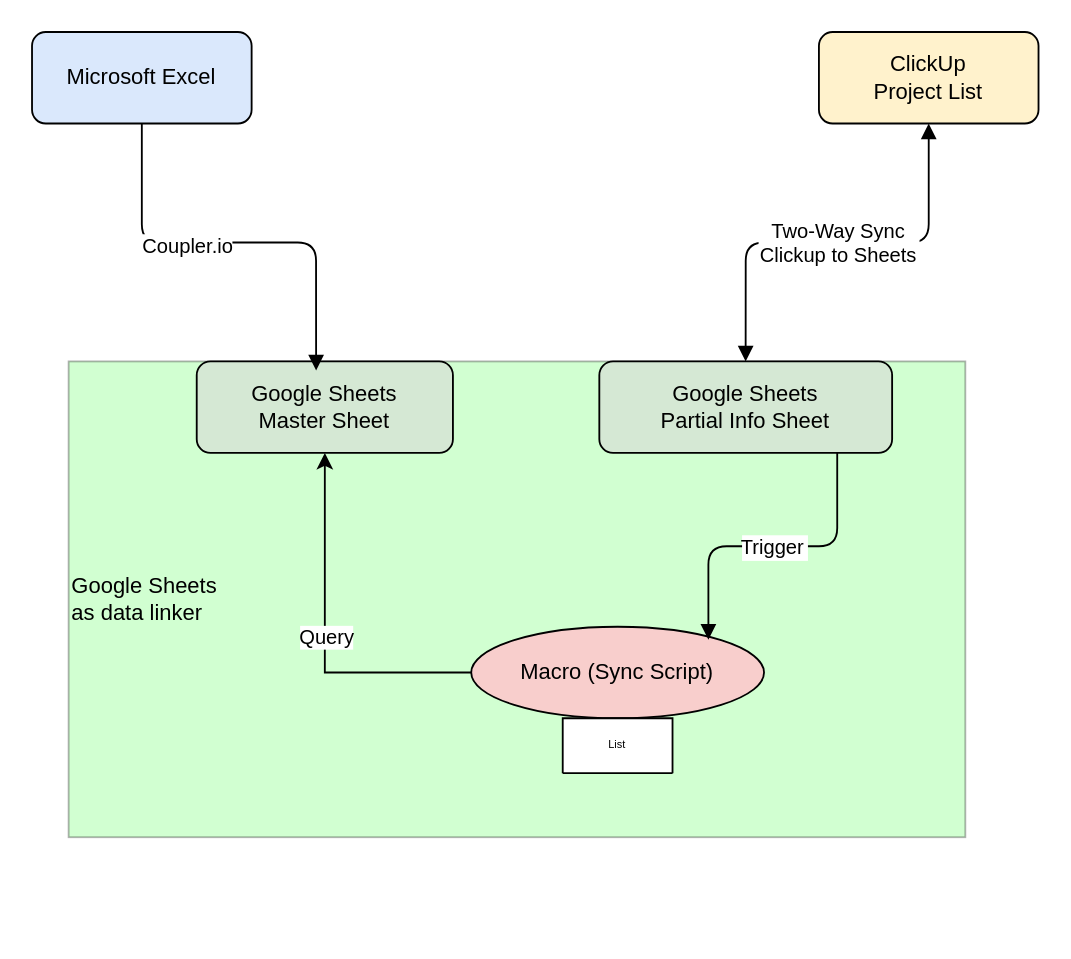
Earlier version of the draw.io diagram page "Clickup" (3 of 3) of Foremost Workflow.drawio (zackbanff/Flowcharts). Source tidied: cells renumbered, new cells numbered last; positions are measured from the earlier drawing's top-left corner, leaving out a move shared by most shapes. Both pictures are drawn from the tidied source at 183%, with x=0, y=0 at pixel (31, 31).
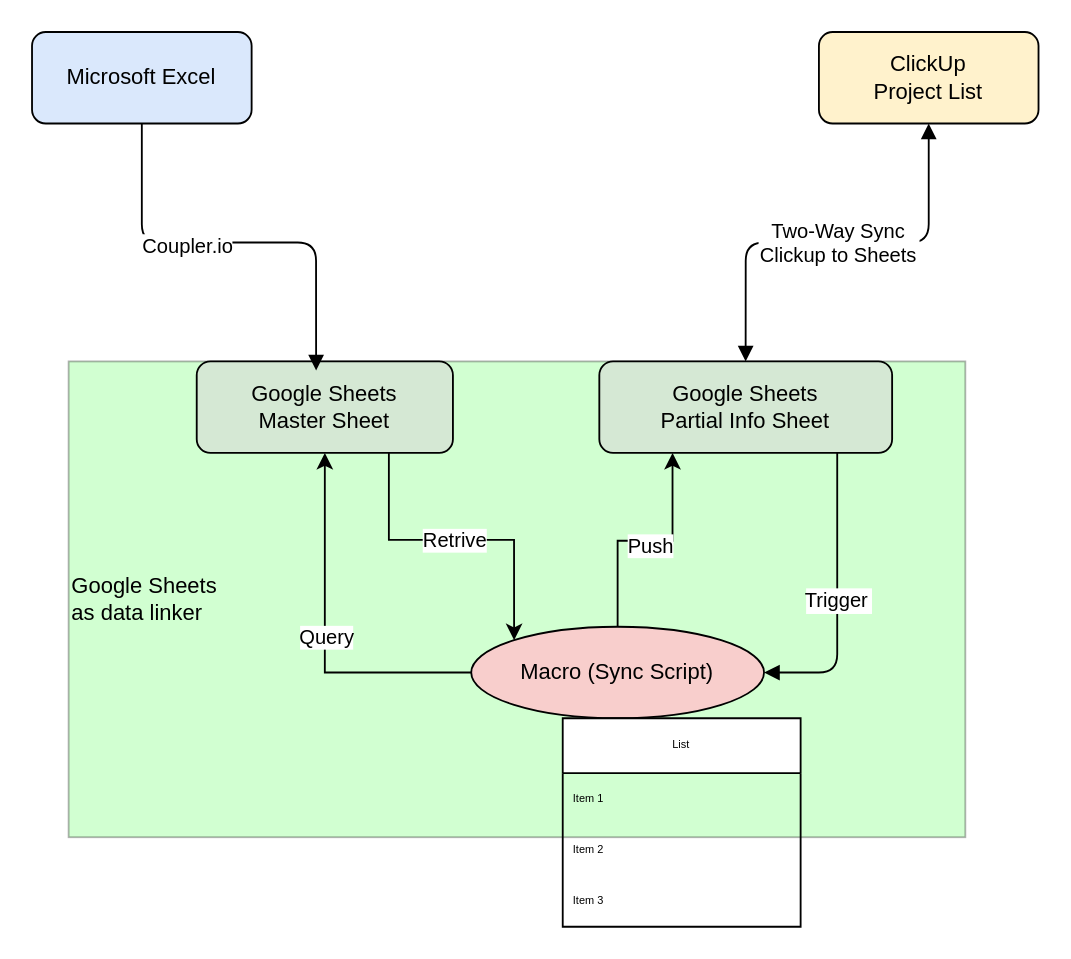
After the change.

Unchanged cells that the change refers to:
```xml
<mxCell id="4" value="Google Sheets&#10;Master Sheet" style="rounded=1;whiteSpace=wrap;html=1;align=center;verticalAlign=middle;fillColor=#d5e8d4;" parent="1" vertex="1">
  <mxGeometry x="90" y="180" width="140" height="50" as="geometry" />
</mxCell>
<mxCell id="5" value="Google Sheets&#10;Partial Info Sheet" style="rounded=1;whiteSpace=wrap;html=1;align=center;verticalAlign=middle;fillColor=#d5e8d4;" parent="1" vertex="1">
  <mxGeometry x="310" y="180" width="160" height="50" as="geometry" />
</mxCell>
<mxCell id="9" value="Macro (Sync Script)" style="ellipse;whiteSpace=wrap;html=1;align=center;verticalAlign=middle;fillColor=#f8cecc;" parent="1" vertex="1">
  <mxGeometry x="240" y="325" width="160" height="50" as="geometry" />
</mxCell>
```

The edit, as a diff of the source:
```diff
@@
+    <mxCell id="15" style="edgeStyle=orthogonalEdgeStyle;rounded=0;jettySize=auto;html=1;exitX=0.75;exitY=1;exitDx=0;exitDy=0;entryX=0;entryY=0;entryDx=0;entryDy=0;" parent="1" edge="1" source="4" target="9">
+      <mxGeometry relative="1" as="geometry" />
+    </mxCell>
+    <mxCell id="16" value="Retrive" style="edgeLabel;html=1;align=center;verticalAlign=middle;" parent="15" vertex="1">
+      <mxGeometry x="-0.03" y="1" relative="1" as="geometry">
+        <mxPoint y="1" as="offset" />
+      </mxGeometry>
+    </mxCell>
@@
+    <mxCell id="17" style="edgeStyle=orthogonalEdgeStyle;rounded=0;jettySize=auto;html=1;exitX=0.5;exitY=0;exitDx=0;exitDy=0;entryX=0.25;entryY=1;entryDx=0;entryDy=0;" parent="1" edge="1" source="9" target="5">
+      <mxGeometry relative="1" as="geometry">
+        <Array as="points">
+          <mxPoint x="320" y="278" />
+          <mxPoint x="350" y="278" />
+        </Array>
+      </mxGeometry>
+    </mxCell>
+    <mxCell id="18" value="Push" style="edgeLabel;html=1;align=center;verticalAlign=middle;" parent="17" vertex="1">
+      <mxGeometry x="0.02" y="-1" relative="1" as="geometry">
+        <mxPoint y="1" as="offset" />
+      </mxGeometry>
+    </mxCell>
@@
-    <mxCell id="13" value="Trigger" style="endArrow=block;edgeStyle=elbowEdgeStyle;elbow=vertical;entryX=0.81;entryY=0.141;entryDx=0;entryDy=0;entryPerimeter=0;" parent="1" edge="1" target="9">
+    <mxCell id="13" value="Trigger" style="endArrow=block;edgeStyle=elbowEdgeStyle;elbow=vertical;entryX=1;entryY=0.5;entryDx=0;entryDy=0;" parent="1" edge="1" target="9">
       <mxGeometry relative="1" as="geometry">
         <mxPoint x="440" y="230" as="sourcePoint" />
+        <Array as="points">
+          <mxPoint x="460" y="350" />
+        </Array>
       </mxGeometry>
     </mxCell>
-    <mxCell id="14" value="List" style="swimlane;fontStyle=0;horizontal=1;startSize=30;whiteSpace=wrap;html=1;fontSize=6;spacing=2;" parent="1" vertex="1" collapsed="1">
-      <mxGeometry x="290" y="375" width="60" height="30" as="geometry" />
+    <mxCell id="14" value="List" style="swimlane;fontStyle=0;horizontal=1;startSize=30;whiteSpace=wrap;html=1;fontSize=6;spacing=2;" parent="1" vertex="1">
+      <mxGeometry x="290" y="375" width="130" height="113.9" as="geometry" />
     </mxCell>
+    <mxCell id="19" value="Item 1" style="text;strokeColor=none;fillColor=none;align=left;verticalAlign=middle;spacingLeft=4;spacingRight=4;overflow=hidden;whiteSpace=wrap;html=1;fontSize=6;" parent="14" vertex="1">
+      <mxGeometry y="30" width="130" height="28" as="geometry" />
+    </mxCell>
+    <mxCell id="20" value="Item 2" style="text;strokeColor=none;fillColor=none;align=left;verticalAlign=middle;spacingLeft=4;spacingRight=4;overflow=hidden;whiteSpace=wrap;html=1;fontSize=6;" parent="14" vertex="1">
+      <mxGeometry y="58" width="130" height="28" as="geometry" />
+    </mxCell>
+    <mxCell id="21" value="Item 3" style="text;strokeColor=none;fillColor=none;align=left;verticalAlign=middle;spacingLeft=4;spacingRight=4;overflow=hidden;whiteSpace=wrap;html=1;fontSize=6;" parent="14" vertex="1">
+      <mxGeometry y="85.9" width="130" height="28" as="geometry" />
+    </mxCell>
```
